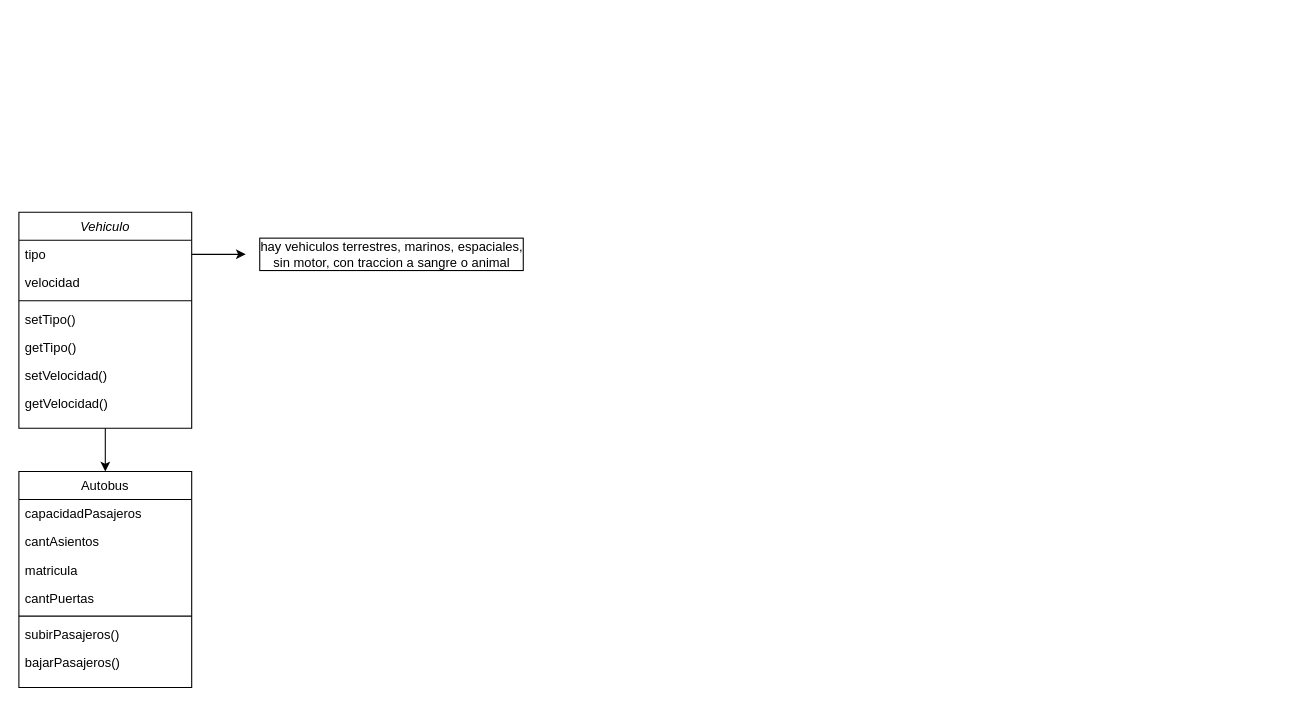
monick96/diagramasVarios keeps this draw.io diagram as vehiculo.drawio. Above is the earlier version. Source tidied: cells renumbered, new cells numbered last; positions are measured from the earlier drawing's top-left corner, leaving out a move shared by most shapes. Both pictures are drawn from the tidied source at 108%, with x=0, y=0 at pixel (18, 212).
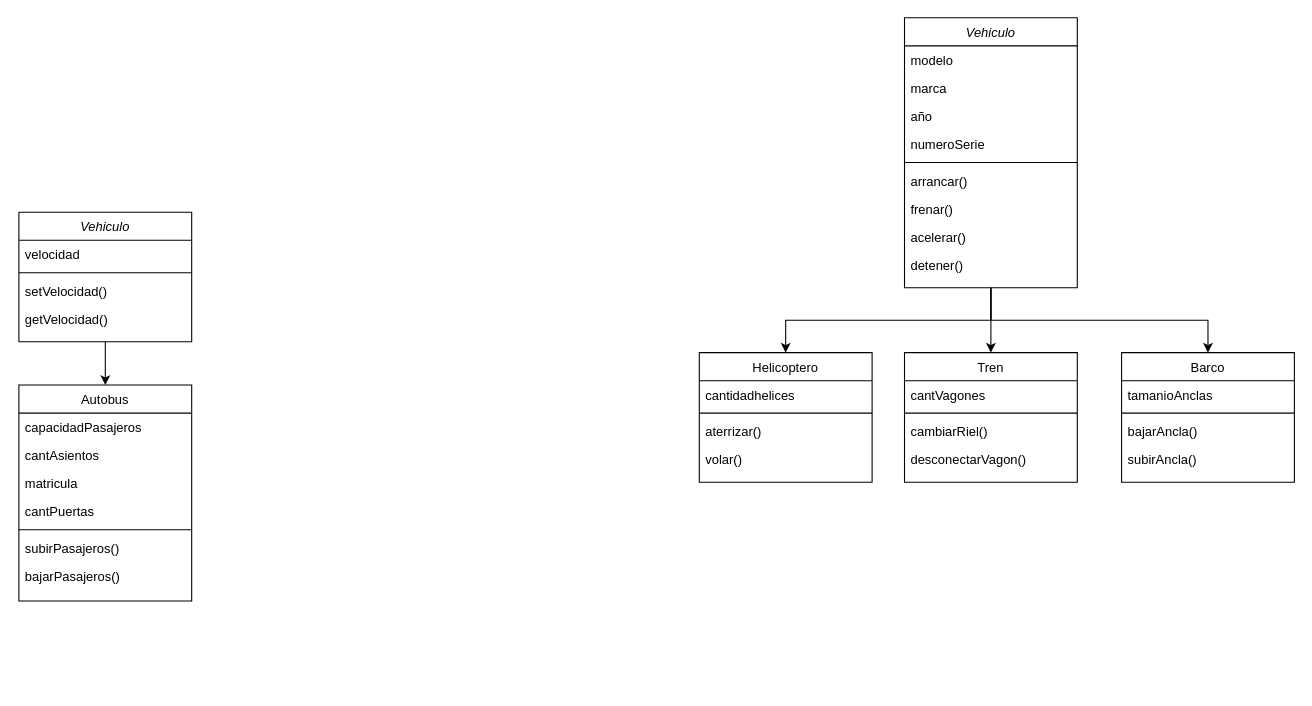
Above is the later version.

The edit, as a diff of the source:
```diff
@@
     <mxCell id="3" value="Vehiculo" style="swimlane;fontStyle=2;align=center;verticalAlign=top;horizontal=1;startSize=26;rounded=0;shadow=0;strokeWidth=1;" parent="1" vertex="1">
-      <mxGeometry width="160" height="200" as="geometry" />
+      <mxGeometry width="160" height="120" as="geometry" />
     </mxCell>
-    <mxCell id="4" value="tipo" style="text;align=left;verticalAlign=top;spacingLeft=4;spacingRight=4;overflow=hidden;points=[[0,0.5],[1,0.5]];portConstraint=eastwest;" parent="3" vertex="1">
-      <mxGeometry y="26" width="160" height="26" as="geometry" />
-    </mxCell>
     <mxCell id="5" value="velocidad" style="text;align=left;verticalAlign=top;spacingLeft=4;spacingRight=4;overflow=hidden;rounded=0;shadow=0;html=0;" parent="3" vertex="1">
-      <mxGeometry y="52" width="160" height="26" as="geometry" />
+      <mxGeometry y="26" width="160" height="26" as="geometry" />
     </mxCell>
     <mxCell id="6" style="line;html=1;strokeWidth=1;align=left;verticalAlign=middle;spacingTop=-1;spacingLeft=3;spacingRight=3;labelPosition=right;" parent="3" vertex="1">
-      <mxGeometry y="78" width="160" height="8" as="geometry" />
+      <mxGeometry y="52" width="160" height="8" as="geometry" />
     </mxCell>
-    <mxCell id="7" value="setTipo()" style="text;align=left;verticalAlign=top;spacingLeft=4;spacingRight=4;overflow=hidden;" parent="3" vertex="1">
-      <mxGeometry y="86" width="160" height="26" as="geometry" />
-    </mxCell>
-    <mxCell id="8" value="getTipo()" style="text;align=left;verticalAlign=top;spacingLeft=4;spacingRight=4;overflow=hidden;" parent="3" vertex="1">
-      <mxGeometry y="112" width="160" height="26" as="geometry" />
-    </mxCell>
     <mxCell id="9" value="setVelocidad()" style="text;align=left;verticalAlign=top;spacingLeft=4;spacingRight=4;overflow=hidden;" parent="3" vertex="1">
-      <mxGeometry y="138" width="160" height="26" as="geometry" />
+      <mxGeometry y="60" width="160" height="26" as="geometry" />
     </mxCell>
     <mxCell id="10" value="getVelocidad()" style="text;align=left;verticalAlign=top;spacingLeft=4;spacingRight=4;overflow=hidden;" parent="3" vertex="1">
-      <mxGeometry y="164" width="160" height="26" as="geometry" />
+      <mxGeometry y="86" width="160" height="26" as="geometry" />
     </mxCell>
     <mxCell id="11" value="Autobus" style="swimlane;fontStyle=0;align=center;verticalAlign=top;horizontal=1;startSize=26;rounded=0;shadow=0;strokeWidth=1;" parent="1" vertex="1">
-      <mxGeometry y="240" width="160" height="200" as="geometry" />
+      <mxGeometry y="160" width="160" height="200" as="geometry" />
     </mxCell>
@@
-    <mxCell id="19" value="hay vehiculos terrestres, marinos, espaciales,&lt;div&gt;sin motor, con traccion a sangre o animal&lt;/div&gt;" style="text;html=1;align=center;verticalAlign=middle;points=[];strokeColor=none;fillColor=none;labelBorderColor=default;" parent="1" vertex="1">
-      <mxGeometry x="210" y="19" width="270" height="40" as="geometry" />
-    </mxCell>
-    <mxCell id="20" style="edgeStyle=orthogonalEdgeStyle;rounded=0;jettySize=auto;html=1;exitX=1;exitY=0.5;exitDx=0;exitDy=0;" parent="1" edge="1" source="4" target="19">
-      <mxGeometry relative="1" as="geometry" />
-    </mxCell>
+    <mxCell id="21" style="edgeStyle=orthogonalEdgeStyle;rounded=0;jettySize=auto;html=1;exitX=0.5;exitY=1;exitDx=0;exitDy=0;entryX=0.5;entryY=0;entryDx=0;entryDy=0;" parent="1" edge="1" source="24" target="39">
+      <mxGeometry relative="1" as="geometry" />
+    </mxCell>
+    <mxCell id="22" style="edgeStyle=orthogonalEdgeStyle;rounded=0;jettySize=auto;html=1;exitX=0.5;exitY=1;exitDx=0;exitDy=0;entryX=0.5;entryY=0;entryDx=0;entryDy=0;" parent="1" edge="1" source="24" target="34">
+      <mxGeometry relative="1" as="geometry" />
+    </mxCell>
+    <mxCell id="23" style="edgeStyle=orthogonalEdgeStyle;rounded=0;jettySize=auto;html=1;exitX=0.5;exitY=1;exitDx=0;exitDy=0;entryX=0.5;entryY=0;entryDx=0;entryDy=0;" parent="1" edge="1" source="24" target="44">
+      <mxGeometry relative="1" as="geometry" />
+    </mxCell>
+    <mxCell id="24" value="Vehiculo" style="swimlane;fontStyle=2;align=center;verticalAlign=top;horizontal=1;startSize=26;rounded=0;shadow=0;strokeWidth=1;" parent="1" vertex="1">
+      <mxGeometry x="820" y="-180" width="160" height="250" as="geometry" />
+    </mxCell>
+    <mxCell id="25" value="modelo" style="text;align=left;verticalAlign=top;spacingLeft=4;spacingRight=4;overflow=hidden;rounded=0;shadow=0;html=0;" parent="24" vertex="1">
+      <mxGeometry y="26" width="160" height="26" as="geometry" />
+    </mxCell>
+    <mxCell id="26" value="marca" style="text;align=left;verticalAlign=top;spacingLeft=4;spacingRight=4;overflow=hidden;rounded=0;shadow=0;html=0;" parent="24" vertex="1">
+      <mxGeometry y="52" width="160" height="26" as="geometry" />
+    </mxCell>
+    <mxCell id="27" value="año" style="text;align=left;verticalAlign=top;spacingLeft=4;spacingRight=4;overflow=hidden;rounded=0;shadow=0;html=0;" parent="24" vertex="1">
+      <mxGeometry y="78" width="160" height="26" as="geometry" />
+    </mxCell>
+    <mxCell id="28" value="numeroSerie" style="text;align=left;verticalAlign=top;spacingLeft=4;spacingRight=4;overflow=hidden;rounded=0;shadow=0;html=0;" parent="24" vertex="1">
+      <mxGeometry y="104" width="160" height="26" as="geometry" />
+    </mxCell>
+    <mxCell id="29" style="line;html=1;strokeWidth=1;align=left;verticalAlign=middle;spacingTop=-1;spacingLeft=3;spacingRight=3;labelPosition=right;" parent="24" vertex="1">
+      <mxGeometry y="130" width="160" height="8" as="geometry" />
+    </mxCell>
+    <mxCell id="30" value="arrancar()" style="text;align=left;verticalAlign=top;spacingLeft=4;spacingRight=4;overflow=hidden;" parent="24" vertex="1">
+      <mxGeometry y="138" width="160" height="26" as="geometry" />
+    </mxCell>
+    <mxCell id="31" value="frenar()" style="text;align=left;verticalAlign=top;spacingLeft=4;spacingRight=4;overflow=hidden;" parent="24" vertex="1">
+      <mxGeometry y="164" width="160" height="26" as="geometry" />
+    </mxCell>
+    <mxCell id="32" value="acelerar()" style="text;align=left;verticalAlign=top;spacingLeft=4;spacingRight=4;overflow=hidden;" parent="24" vertex="1">
+      <mxGeometry y="190" width="160" height="26" as="geometry" />
+    </mxCell>
+    <mxCell id="33" value="detener()" style="text;align=left;verticalAlign=top;spacingLeft=4;spacingRight=4;overflow=hidden;" parent="24" vertex="1">
+      <mxGeometry y="216" width="160" height="28" as="geometry" />
+    </mxCell>
+    <mxCell id="34" value="Helicoptero" style="swimlane;fontStyle=0;align=center;verticalAlign=top;horizontal=1;startSize=26;rounded=0;shadow=0;strokeWidth=1;" parent="1" vertex="1">
+      <mxGeometry x="630" y="130" width="160" height="120" as="geometry" />
+    </mxCell>
+    <mxCell id="35" value="cantidadhelices" style="text;align=left;verticalAlign=top;spacingLeft=4;spacingRight=4;overflow=hidden;" parent="34" vertex="1">
+      <mxGeometry y="26" width="160" height="26" as="geometry" />
+    </mxCell>
+    <mxCell id="36" style="line;html=1;strokeWidth=1;align=left;verticalAlign=middle;spacingTop=-1;spacingLeft=3;spacingRight=3;labelPosition=right;" parent="34" vertex="1">
+      <mxGeometry y="52" width="160" height="8" as="geometry" />
+    </mxCell>
+    <mxCell id="37" value="aterrizar()" style="text;align=left;verticalAlign=top;spacingLeft=4;spacingRight=4;overflow=hidden;fontStyle=0;" parent="34" vertex="1">
+      <mxGeometry y="60" width="160" height="26" as="geometry" />
+    </mxCell>
+    <mxCell id="38" value="volar()" style="text;align=left;verticalAlign=top;spacingLeft=4;spacingRight=4;overflow=hidden;" parent="34" vertex="1">
+      <mxGeometry y="86" width="160" height="26" as="geometry" />
+    </mxCell>
+    <mxCell id="39" value="Tren" style="swimlane;fontStyle=0;align=center;verticalAlign=top;horizontal=1;startSize=26;rounded=0;shadow=0;strokeWidth=1;" parent="1" vertex="1">
+      <mxGeometry x="820" y="130" width="160" height="120" as="geometry" />
+    </mxCell>
+    <mxCell id="40" value="cantVagones" style="text;align=left;verticalAlign=top;spacingLeft=4;spacingRight=4;overflow=hidden;" parent="39" vertex="1">
+      <mxGeometry y="26" width="160" height="26" as="geometry" />
+    </mxCell>
+    <mxCell id="41" style="line;html=1;strokeWidth=1;align=left;verticalAlign=middle;spacingTop=-1;spacingLeft=3;spacingRight=3;labelPosition=right;" parent="39" vertex="1">
+      <mxGeometry y="52" width="160" height="8" as="geometry" />
+    </mxCell>
+    <mxCell id="42" value="cambiarRiel()" style="text;align=left;verticalAlign=top;spacingLeft=4;spacingRight=4;overflow=hidden;fontStyle=0;" parent="39" vertex="1">
+      <mxGeometry y="60" width="160" height="26" as="geometry" />
+    </mxCell>
+    <mxCell id="43" value="desconectarVagon()" style="text;align=left;verticalAlign=top;spacingLeft=4;spacingRight=4;overflow=hidden;" parent="39" vertex="1">
+      <mxGeometry y="86" width="160" height="26" as="geometry" />
+    </mxCell>
+    <mxCell id="44" value="Barco" style="swimlane;fontStyle=0;align=center;verticalAlign=top;horizontal=1;startSize=26;rounded=0;shadow=0;strokeWidth=1;" parent="1" vertex="1">
+      <mxGeometry x="1021" y="130" width="160" height="120" as="geometry" />
+    </mxCell>
+    <mxCell id="45" value="tamanioAnclas" style="text;align=left;verticalAlign=top;spacingLeft=4;spacingRight=4;overflow=hidden;" parent="44" vertex="1">
+      <mxGeometry y="26" width="160" height="26" as="geometry" />
+    </mxCell>
+    <mxCell id="46" style="line;html=1;strokeWidth=1;align=left;verticalAlign=middle;spacingTop=-1;spacingLeft=3;spacingRight=3;labelPosition=right;" parent="44" vertex="1">
+      <mxGeometry y="52" width="160" height="8" as="geometry" />
+    </mxCell>
+    <mxCell id="47" value="bajarAncla()" style="text;align=left;verticalAlign=top;spacingLeft=4;spacingRight=4;overflow=hidden;fontStyle=0;" parent="44" vertex="1">
+      <mxGeometry y="60" width="160" height="26" as="geometry" />
+    </mxCell>
+    <mxCell id="48" value="subirAncla()" style="text;align=left;verticalAlign=top;spacingLeft=4;spacingRight=4;overflow=hidden;" parent="44" vertex="1">
+      <mxGeometry y="86" width="160" height="26" as="geometry" />
+    </mxCell>
```
